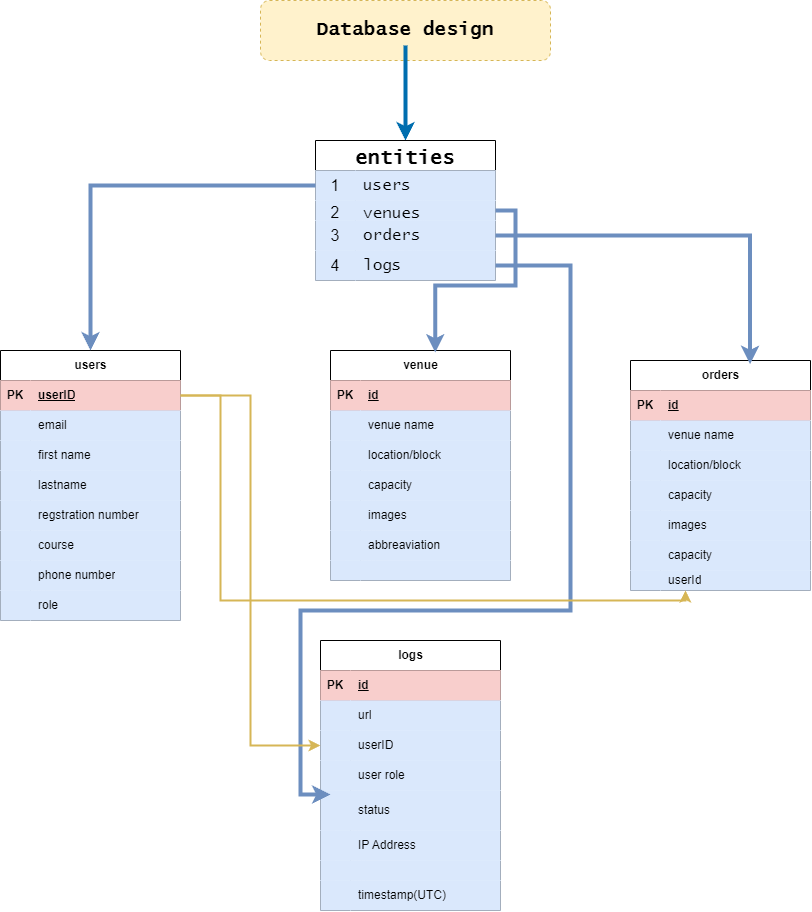
Njoxpy/njox_keys keeps this draw.io diagram as apps/docs/docs/assets/database design.drawio.png. Above is the earlier version. Source tidied: cells renumbered, new cells last; positions are measured from the earlier drawing's top-left corner, leaving out a move shared by most shapes.
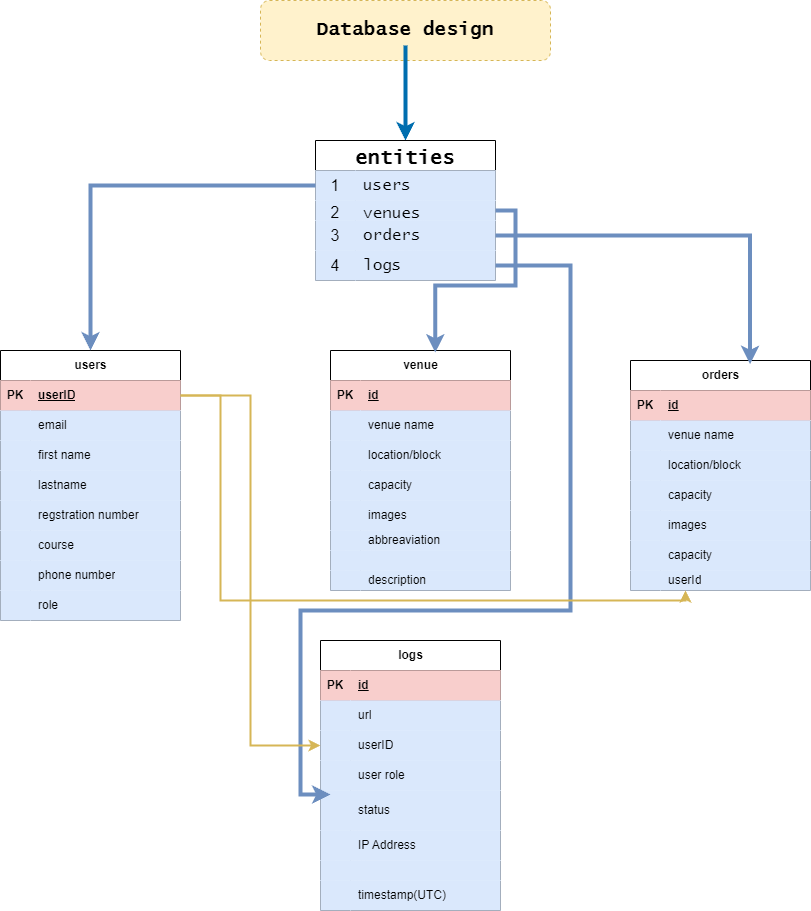
Above is the later version.

What changed in the source:
```diff
@@ -129,7 +129,7 @@
       <mxGeometry relative="1" as="geometry" />
     </mxCell>
     <mxCell id="44" value="venue" style="shape=table;startSize=30;rowLines=0;fontStyle=1;align=center;html=1;" parent="1" vertex="1">
-      <mxGeometry x="330" y="350" width="180" height="230" as="geometry" />
+      <mxGeometry x="330" y="350" width="180" height="240" as="geometry" />
     </mxCell>
     <mxCell id="45" style="shape=tableRow;horizontal=0;startSize=0;swimlaneHead=0;swimlaneBody=0;top=0;left=0;right=0;bottom=1;fillColor=#f8cecc;strokeColor=#b85450;" parent="44" vertex="1">
       <mxGeometry y="30" width="180" height="30" as="geometry" />
@@ -177,16 +177,16 @@
       <mxGeometry x="30" width="150" height="30" as="geometry" />
     </mxCell>
     <mxCell id="60" style="shape=tableRow;horizontal=0;startSize=0;swimlaneHead=0;swimlaneBody=0;fillColor=#dae8fc;top=0;left=0;right=0;bottom=0;strokeColor=#6c8ebf;" parent="44" vertex="1">
-      <mxGeometry y="180" width="180" height="30" as="geometry" />
+      <mxGeometry y="180" width="180" height="20" as="geometry" />
     </mxCell>
     <mxCell id="61" style="shape=partialRectangle;fillColor=#dae8fc;top=0;left=0;bottom=0;right=0;overflow=hidden;whiteSpace=wrap;html=1;strokeColor=#6c8ebf;" parent="60" vertex="1">
-      <mxGeometry width="30" height="30" as="geometry" />
+      <mxGeometry width="30" height="20" as="geometry" />
     </mxCell>
     <mxCell id="62" value="abbreaviation" style="shape=partialRectangle;fillColor=#dae8fc;top=0;left=0;bottom=0;right=0;align=left;spacingLeft=6;overflow=hidden;whiteSpace=wrap;html=1;strokeColor=#6c8ebf;" parent="60" vertex="1">
-      <mxGeometry x="30" width="150" height="30" as="geometry" />
+      <mxGeometry x="30" width="150" height="20" as="geometry" />
     </mxCell>
     <mxCell id="63" style="shape=tableRow;horizontal=0;startSize=0;swimlaneHead=0;swimlaneBody=0;fillColor=#dae8fc;top=0;left=0;right=0;bottom=0;strokeColor=#6c8ebf;" parent="44" vertex="1">
-      <mxGeometry y="210" width="180" height="20" as="geometry" />
+      <mxGeometry y="200" width="180" height="20" as="geometry" />
     </mxCell>
     <mxCell id="64" style="shape=partialRectangle;fillColor=#dae8fc;top=0;left=0;bottom=0;right=0;overflow=hidden;whiteSpace=wrap;html=1;strokeColor=#6c8ebf;" parent="63" vertex="1">
       <mxGeometry width="30" height="20" as="geometry" />
@@ -194,6 +194,15 @@
     <mxCell id="65" style="shape=partialRectangle;fillColor=#dae8fc;top=0;left=0;bottom=0;right=0;align=left;spacingLeft=6;overflow=hidden;whiteSpace=wrap;html=1;strokeColor=#6c8ebf;" parent="63" vertex="1">
       <mxGeometry x="30" width="150" height="20" as="geometry" />
     </mxCell>
+    <mxCell id="118" style="shape=tableRow;horizontal=0;startSize=0;swimlaneHead=0;swimlaneBody=0;fillColor=#dae8fc;top=0;left=0;right=0;bottom=0;strokeColor=#6c8ebf;" parent="44" vertex="1">
+      <mxGeometry y="220" width="180" height="20" as="geometry" />
+    </mxCell>
+    <mxCell id="119" style="shape=partialRectangle;fillColor=#dae8fc;top=0;left=0;bottom=0;right=0;overflow=hidden;whiteSpace=wrap;html=1;strokeColor=#6c8ebf;" parent="118" vertex="1">
+      <mxGeometry width="30" height="20" as="geometry" />
+    </mxCell>
+    <mxCell id="120" value="description" style="shape=partialRectangle;fillColor=#dae8fc;top=0;left=0;bottom=0;right=0;align=left;spacingLeft=6;overflow=hidden;whiteSpace=wrap;html=1;strokeColor=#6c8ebf;" parent="118" vertex="1">
+      <mxGeometry x="30" width="150" height="20" as="geometry" />
+    </mxCell>
     <mxCell id="66" style="edgeStyle=orthogonalEdgeStyle;rounded=0;jettySize=auto;html=1;entryX=0.582;entryY=0.009;entryDx=0;entryDy=0;entryPerimeter=0;strokeWidth=4;fillColor=#dae8fc;strokeColor=#6c8ebf;" parent="1" edge="1" source="9" target="44">
       <mxGeometry relative="1" as="geometry" />
     </mxCell>
```
